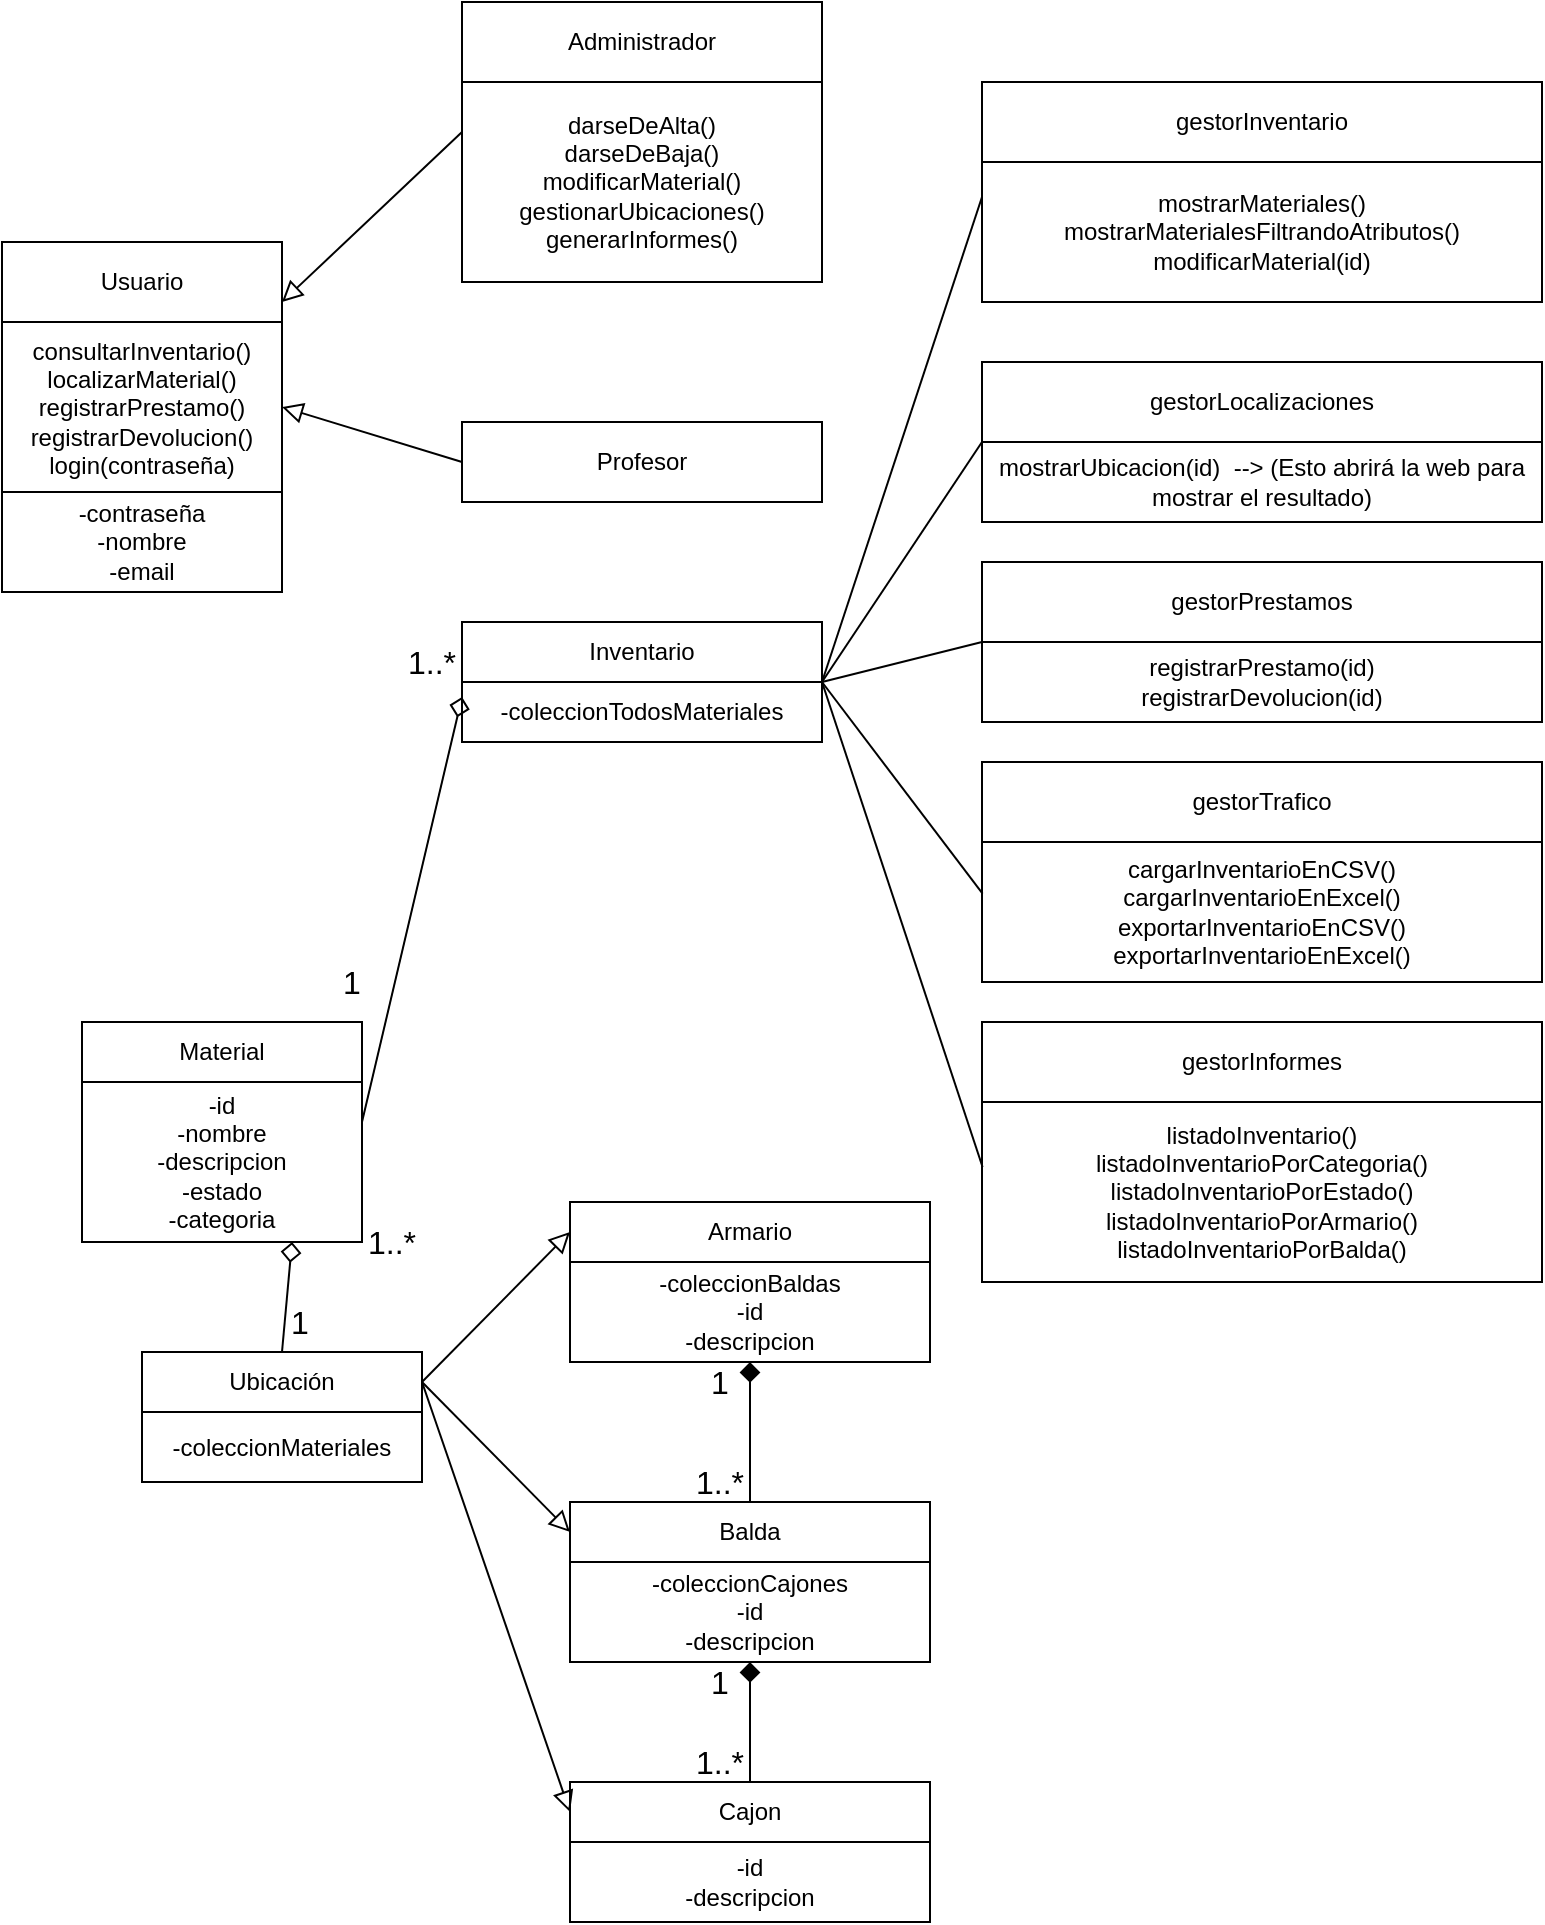
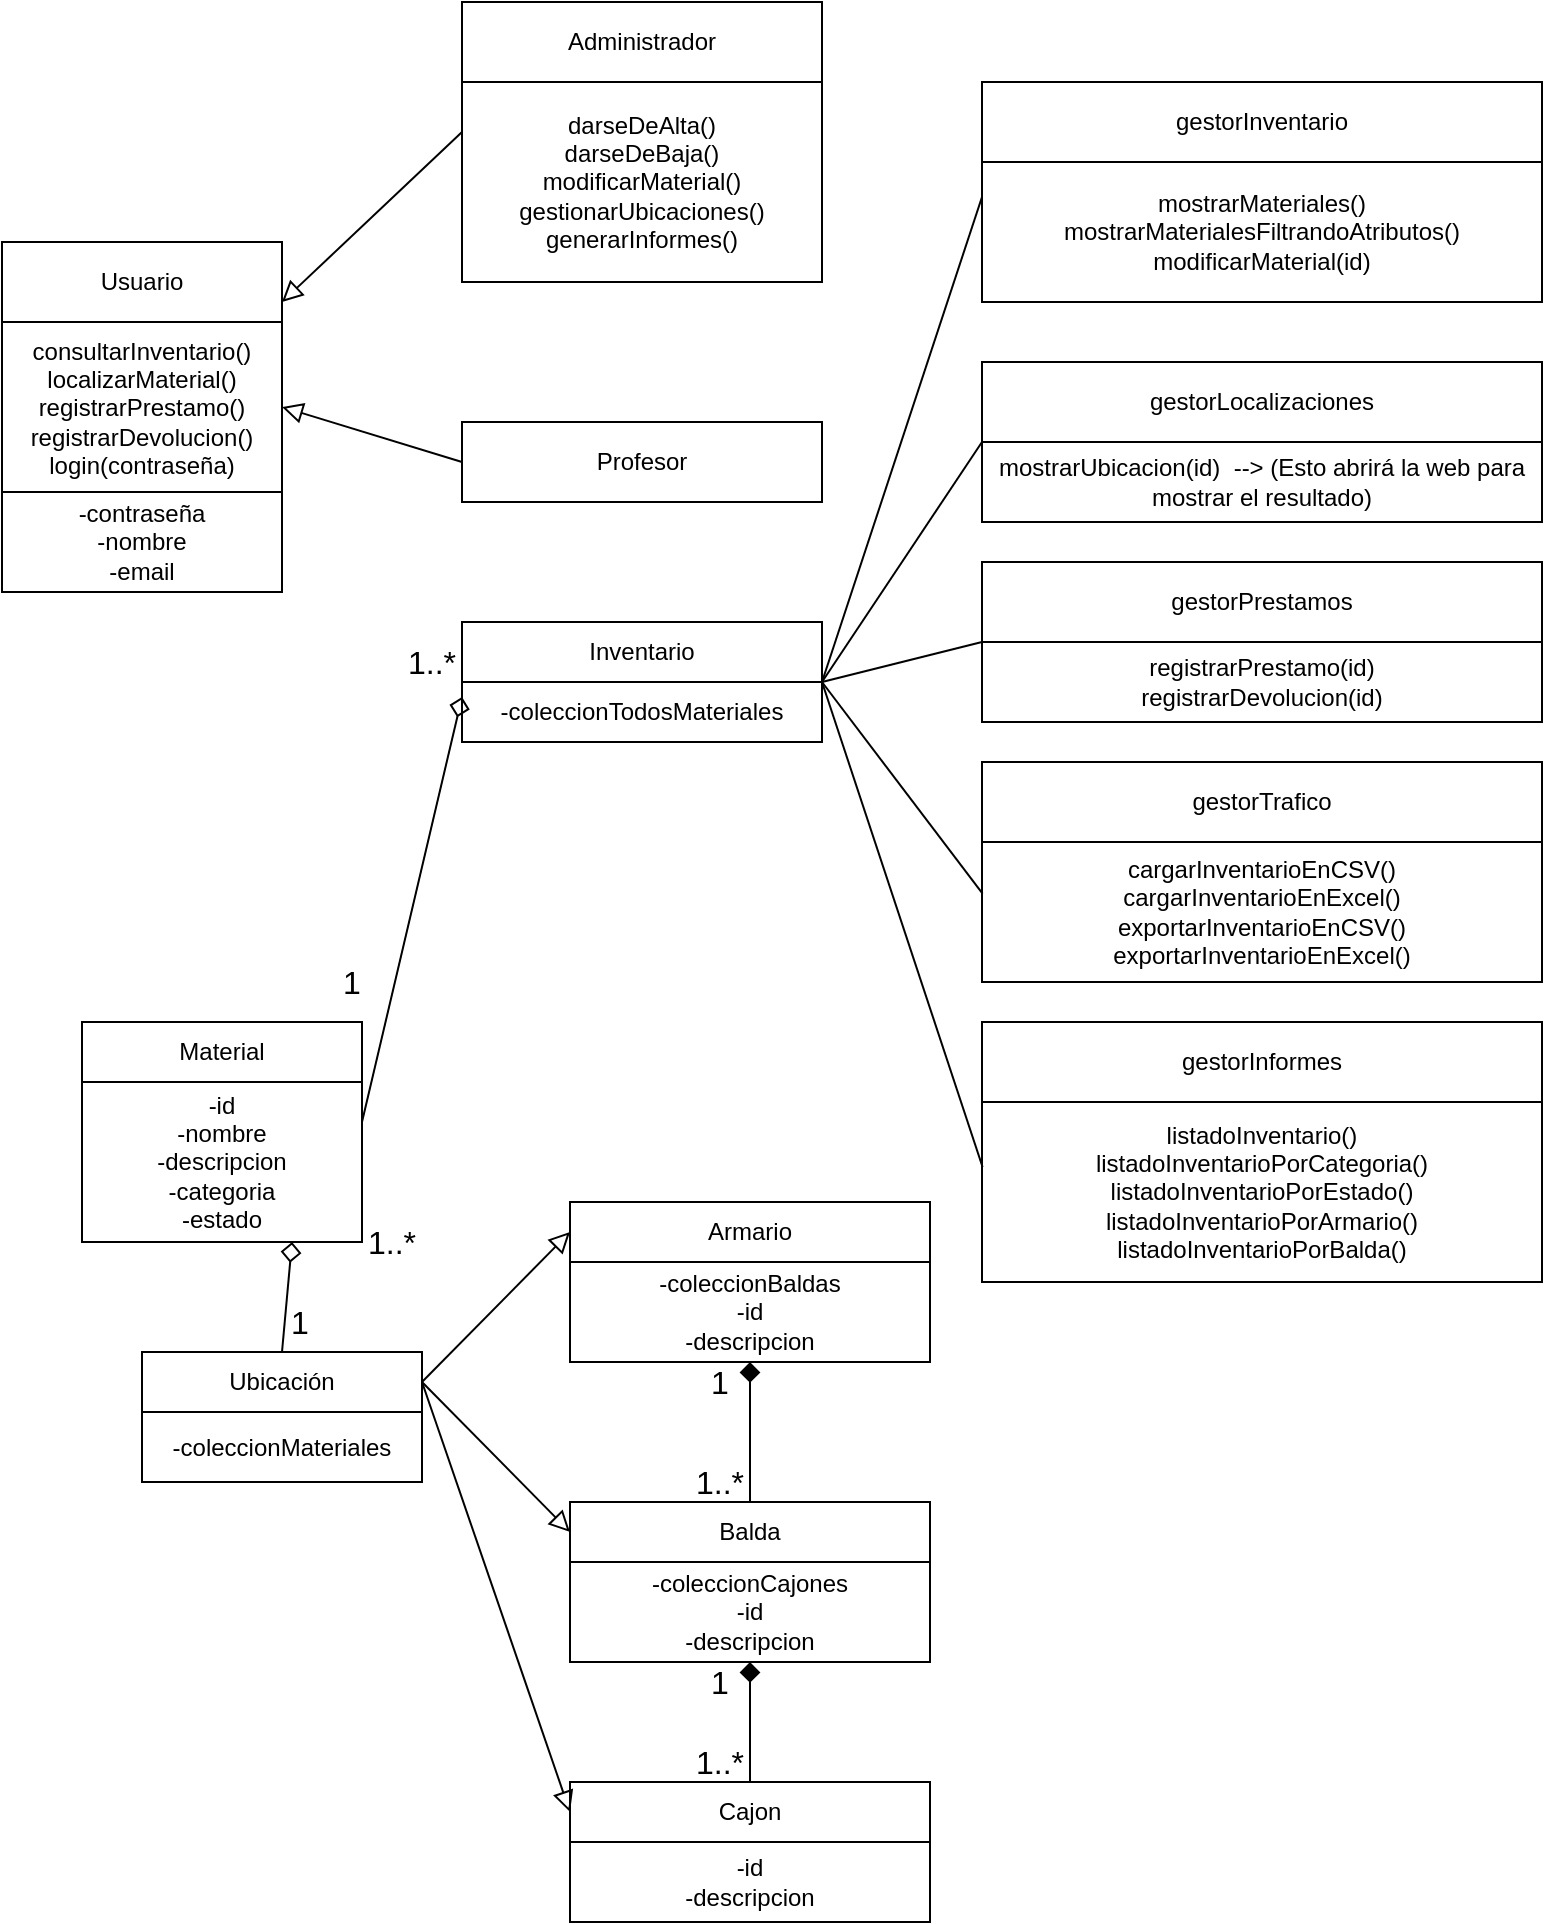
<mxfile host="Electron" agent="Mozilla/5.0 (Windows NT 10.0; Win64; x64) AppleWebKit/537.36 (KHTML, like Gecko) draw.io/27.0.9 Chrome/134.0.6998.205 Electron/35.4.0 Safari/537.36" version="27.0.9">
  <diagram name="Página-1" id="1lU-RFDTKatBkhOAw4EQ">
-     <mxGraphModel dx="1678" dy="989" grid="1" gridSize="10" guides="1" tooltips="1" connect="1" arrows="1" fold="1" page="1" pageScale="1" pageWidth="827" pageHeight="1169" math="0" shadow="0">
+     <mxGraphModel dx="690" dy="593" grid="1" gridSize="10" guides="1" tooltips="1" connect="1" arrows="1" fold="1" page="1" pageScale="1" pageWidth="827" pageHeight="1169" math="0" shadow="0">
      <root>
        <mxCell id="0" />
        <mxCell id="1" parent="0" />
        <mxCell id="s6nMU6zNajGxAzw1n2ax-5" value="Usuario" style="whiteSpace=wrap;html=1;align=center;" parent="1" vertex="1">
          <mxGeometry x="20" y="130" width="140" height="40" as="geometry" />
        </mxCell>
        <mxCell id="s6nMU6zNajGxAzw1n2ax-6" value="Administrador" style="whiteSpace=wrap;html=1;align=center;" parent="1" vertex="1">
          <mxGeometry x="250" y="10" width="180" height="40" as="geometry" />
        </mxCell>
        <mxCell id="s6nMU6zNajGxAzw1n2ax-7" value="Profesor" style="whiteSpace=wrap;html=1;align=center;" parent="1" vertex="1">
          <mxGeometry x="250" y="220" width="180" height="40" as="geometry" />
        </mxCell>
        <mxCell id="JOS0TCFTe_RgCQphJ4m8-1" value="darseDeAlta()&lt;br&gt;darseDeBaja()&lt;br&gt;modificarMaterial()&lt;div&gt;gestionarUbicaciones()&lt;br&gt;generarInformes()&lt;/div&gt;" style="whiteSpace=wrap;html=1;align=center;" parent="1" vertex="1">
          <mxGeometry x="250" y="50" width="180" height="100" as="geometry" />
        </mxCell>
        <mxCell id="JOS0TCFTe_RgCQphJ4m8-4" value="Material" style="whiteSpace=wrap;html=1;align=center;" parent="1" vertex="1">
          <mxGeometry x="60" y="520" width="140" height="30" as="geometry" />
        </mxCell>
-         <mxCell id="JOS0TCFTe_RgCQphJ4m8-5" value="-id&lt;br&gt;-nombre&lt;div&gt;-descripcion&lt;/div&gt;&lt;div&gt;-estado&lt;/div&gt;&lt;div&gt;-categoria&lt;/div&gt;" style="whiteSpace=wrap;html=1;align=center;" parent="1" vertex="1">
+         <mxCell id="JOS0TCFTe_RgCQphJ4m8-5" value="-id&lt;br&gt;-nombre&lt;div&gt;-descripcion&lt;/div&gt;&lt;div&gt;-categoria&lt;/div&gt;&lt;div&gt;-estado&lt;/div&gt;" style="whiteSpace=wrap;html=1;align=center;" parent="1" vertex="1">
          <mxGeometry x="60" y="550" width="140" height="80" as="geometry" />
        </mxCell>
        <mxCell id="JOS0TCFTe_RgCQphJ4m8-6" value="Ubicación" style="whiteSpace=wrap;html=1;align=center;" parent="1" vertex="1">
          <mxGeometry x="90" y="685" width="140" height="30" as="geometry" />
        </mxCell>
        <mxCell id="JOS0TCFTe_RgCQphJ4m8-13" value="gestorInventario" style="whiteSpace=wrap;html=1;align=center;" parent="1" vertex="1">
          <mxGeometry x="510" y="50" width="280" height="40" as="geometry" />
        </mxCell>
        <mxCell id="JOS0TCFTe_RgCQphJ4m8-14" value="mostrarMateriales()&lt;br&gt;mostrarMaterialesFiltrandoAtributos()&lt;br&gt;modificarMaterial(id)" style="whiteSpace=wrap;html=1;align=center;" parent="1" vertex="1">
          <mxGeometry x="510" y="90" width="280" height="70" as="geometry" />
        </mxCell>
        <mxCell id="JOS0TCFTe_RgCQphJ4m8-16" value="gestorLocalizaciones" style="whiteSpace=wrap;html=1;align=center;" parent="1" vertex="1">
          <mxGeometry x="510" y="190" width="280" height="40" as="geometry" />
        </mxCell>
        <mxCell id="JOS0TCFTe_RgCQphJ4m8-17" value="mostrarUbicacion(id)&amp;nbsp; --&amp;gt; (Esto abrirá la web para mostrar el resultado)" style="whiteSpace=wrap;html=1;align=center;" parent="1" vertex="1">
          <mxGeometry x="510" y="230" width="280" height="40" as="geometry" />
        </mxCell>
        <mxCell id="JOS0TCFTe_RgCQphJ4m8-18" value="gestorPrestamos" style="whiteSpace=wrap;html=1;align=center;" parent="1" vertex="1">
          <mxGeometry x="510" y="290" width="280" height="40" as="geometry" />
        </mxCell>
        <mxCell id="JOS0TCFTe_RgCQphJ4m8-19" value="registrarPrestamo(id)&lt;div&gt;registrarDevolucion(id)&lt;/div&gt;" style="whiteSpace=wrap;html=1;align=center;" parent="1" vertex="1">
          <mxGeometry x="510" y="330" width="280" height="40" as="geometry" />
        </mxCell>
        <mxCell id="JOS0TCFTe_RgCQphJ4m8-21" value="gestorTrafico" style="whiteSpace=wrap;html=1;align=center;" parent="1" vertex="1">
          <mxGeometry x="510" y="390" width="280" height="40" as="geometry" />
        </mxCell>
        <mxCell id="JOS0TCFTe_RgCQphJ4m8-22" value="cargarInventarioEnCSV()&lt;br&gt;cargarInventarioEnExcel()&lt;br&gt;exportarInventarioEnCSV()&lt;div&gt;exportarInventarioEnExcel()&lt;/div&gt;" style="whiteSpace=wrap;html=1;align=center;" parent="1" vertex="1">
          <mxGeometry x="510" y="430" width="280" height="70" as="geometry" />
        </mxCell>
        <mxCell id="JOS0TCFTe_RgCQphJ4m8-24" value="gestorInformes" style="whiteSpace=wrap;html=1;align=center;" parent="1" vertex="1">
          <mxGeometry x="510" y="520" width="280" height="40" as="geometry" />
        </mxCell>
        <mxCell id="JOS0TCFTe_RgCQphJ4m8-25" value="listadoInventario()&lt;div&gt;listadoInventarioPorCategoria()&lt;br&gt;listadoInventarioPorEstado()&lt;/div&gt;&lt;div&gt;listadoInventarioPorArmario()&lt;/div&gt;&lt;div&gt;listadoInventarioPorBalda()&lt;/div&gt;" style="whiteSpace=wrap;html=1;align=center;" parent="1" vertex="1">
          <mxGeometry x="510" y="560" width="280" height="90" as="geometry" />
        </mxCell>
        <mxCell id="JOS0TCFTe_RgCQphJ4m8-26" value="Armario" style="whiteSpace=wrap;html=1;align=center;" parent="1" vertex="1">
          <mxGeometry x="304" y="610" width="180" height="30" as="geometry" />
        </mxCell>
        <mxCell id="JOS0TCFTe_RgCQphJ4m8-28" value="Balda" style="whiteSpace=wrap;html=1;align=center;" parent="1" vertex="1">
          <mxGeometry x="304" y="760" width="180" height="30" as="geometry" />
        </mxCell>
        <mxCell id="JOS0TCFTe_RgCQphJ4m8-29" value="Cajon" style="whiteSpace=wrap;html=1;align=center;" parent="1" vertex="1">
          <mxGeometry x="304" y="900" width="180" height="30" as="geometry" />
        </mxCell>
        <mxCell id="JOS0TCFTe_RgCQphJ4m8-34" value="" style="endArrow=none;html=1;rounded=0;fontSize=12;startSize=8;endSize=8;curved=1;exitX=1;exitY=0.5;exitDx=0;exitDy=0;entryX=0;entryY=0.5;entryDx=0;entryDy=0;startArrow=block;startFill=0;" parent="1" source="JOS0TCFTe_RgCQphJ4m8-36" target="s6nMU6zNajGxAzw1n2ax-7" edge="1">
          <mxGeometry relative="1" as="geometry">
            <mxPoint x="280" y="312.4999999999999" as="sourcePoint" />
            <mxPoint x="330" y="400" as="targetPoint" />
          </mxGeometry>
        </mxCell>
        <mxCell id="JOS0TCFTe_RgCQphJ4m8-35" value="" style="endArrow=none;html=1;rounded=0;fontSize=12;startSize=8;endSize=8;curved=1;exitX=1;exitY=0.75;exitDx=0;exitDy=0;entryX=0;entryY=0.25;entryDx=0;entryDy=0;startArrow=block;startFill=0;" parent="1" source="s6nMU6zNajGxAzw1n2ax-5" target="JOS0TCFTe_RgCQphJ4m8-1" edge="1">
          <mxGeometry relative="1" as="geometry">
            <mxPoint x="120" y="250" as="sourcePoint" />
            <mxPoint x="170" y="338" as="targetPoint" />
          </mxGeometry>
        </mxCell>
        <mxCell id="JOS0TCFTe_RgCQphJ4m8-36" value="consultarInventario()&lt;div&gt;&lt;span style=&quot;background-color: transparent; color: light-dark(rgb(0, 0, 0), rgb(255, 255, 255));&quot;&gt;localizarMaterial()&lt;/span&gt;&lt;/div&gt;&lt;div&gt;&lt;span style=&quot;background-color: transparent; color: light-dark(rgb(0, 0, 0), rgb(255, 255, 255));&quot;&gt;registrarPrestamo()&lt;/span&gt;&lt;/div&gt;&lt;div&gt;&lt;span style=&quot;background-color: transparent; color: light-dark(rgb(0, 0, 0), rgb(255, 255, 255));&quot;&gt;registrarDevolucion()&lt;/span&gt;&lt;/div&gt;&lt;div&gt;&lt;span style=&quot;background-color: transparent; color: light-dark(rgb(0, 0, 0), rgb(255, 255, 255));&quot;&gt;login(contraseña)&lt;/span&gt;&lt;/div&gt;" style="whiteSpace=wrap;html=1;align=center;" parent="1" vertex="1">
          <mxGeometry x="20" y="170" width="140" height="85" as="geometry" />
        </mxCell>
        <mxCell id="JOS0TCFTe_RgCQphJ4m8-37" value="Inventario" style="whiteSpace=wrap;html=1;align=center;" parent="1" vertex="1">
          <mxGeometry x="250" y="320" width="180" height="30" as="geometry" />
        </mxCell>
        <mxCell id="JOS0TCFTe_RgCQphJ4m8-39" value="" style="endArrow=none;html=1;rounded=0;fontSize=12;startSize=8;endSize=8;curved=1;exitX=0;exitY=0.5;exitDx=0;exitDy=0;entryX=1;entryY=0.5;entryDx=0;entryDy=0;startArrow=block;startFill=0;" parent="1" source="JOS0TCFTe_RgCQphJ4m8-26" target="JOS0TCFTe_RgCQphJ4m8-6" edge="1">
          <mxGeometry relative="1" as="geometry">
            <mxPoint x="260" y="450" as="sourcePoint" />
            <mxPoint x="350" y="475" as="targetPoint" />
          </mxGeometry>
        </mxCell>
        <mxCell id="JOS0TCFTe_RgCQphJ4m8-40" value="" style="endArrow=none;html=1;rounded=0;fontSize=12;startSize=8;endSize=8;curved=1;exitX=0;exitY=0.5;exitDx=0;exitDy=0;entryX=1;entryY=0.5;entryDx=0;entryDy=0;startArrow=block;startFill=0;" parent="1" source="JOS0TCFTe_RgCQphJ4m8-28" target="JOS0TCFTe_RgCQphJ4m8-6" edge="1">
          <mxGeometry relative="1" as="geometry">
            <mxPoint x="355" y="690" as="sourcePoint" />
            <mxPoint x="280" y="690" as="targetPoint" />
          </mxGeometry>
        </mxCell>
        <mxCell id="JOS0TCFTe_RgCQphJ4m8-41" value="" style="endArrow=none;html=1;rounded=0;fontSize=12;startSize=8;endSize=8;curved=1;entryX=1;entryY=0.5;entryDx=0;entryDy=0;startArrow=block;startFill=0;exitX=0;exitY=0.5;exitDx=0;exitDy=0;" parent="1" source="JOS0TCFTe_RgCQphJ4m8-29" target="JOS0TCFTe_RgCQphJ4m8-6" edge="1">
          <mxGeometry relative="1" as="geometry">
            <mxPoint x="280" y="745" as="sourcePoint" />
            <mxPoint x="260" y="690" as="targetPoint" />
          </mxGeometry>
        </mxCell>
        <mxCell id="JOS0TCFTe_RgCQphJ4m8-42" value="" style="endArrow=none;html=1;rounded=0;fontSize=12;startSize=8;endSize=8;curved=1;entryX=0.5;entryY=0;entryDx=0;entryDy=0;startArrow=diamond;startFill=1;exitX=0.5;exitY=1;exitDx=0;exitDy=0;" parent="1" source="JOS0TCFTe_RgCQphJ4m8-65" target="JOS0TCFTe_RgCQphJ4m8-28" edge="1">
          <mxGeometry relative="1" as="geometry">
            <mxPoint x="414" y="680" as="sourcePoint" />
            <mxPoint x="439" y="700" as="targetPoint" />
          </mxGeometry>
        </mxCell>
        <mxCell id="JOS0TCFTe_RgCQphJ4m8-43" value="" style="endArrow=none;html=1;rounded=0;fontSize=12;startSize=8;endSize=8;curved=1;entryX=0.5;entryY=0;entryDx=0;entryDy=0;startArrow=diamond;startFill=1;exitX=0.5;exitY=1;exitDx=0;exitDy=0;" parent="1" source="JOS0TCFTe_RgCQphJ4m8-67" target="JOS0TCFTe_RgCQphJ4m8-29" edge="1">
          <mxGeometry relative="1" as="geometry">
            <mxPoint x="394" y="855" as="sourcePoint" />
            <mxPoint x="414" y="850" as="targetPoint" />
          </mxGeometry>
        </mxCell>
        <mxCell id="JOS0TCFTe_RgCQphJ4m8-44" value="1..*" style="text;html=1;whiteSpace=wrap;strokeColor=none;fillColor=none;align=center;verticalAlign=middle;rounded=0;fontSize=16;" parent="1" vertex="1">
          <mxGeometry x="364" y="740" width="30" height="20" as="geometry" />
        </mxCell>
        <mxCell id="JOS0TCFTe_RgCQphJ4m8-45" value="1" style="text;html=1;whiteSpace=wrap;strokeColor=none;fillColor=none;align=center;verticalAlign=middle;rounded=0;fontSize=16;" parent="1" vertex="1">
          <mxGeometry x="364" y="690" width="30" height="20" as="geometry" />
        </mxCell>
        <mxCell id="JOS0TCFTe_RgCQphJ4m8-46" value="1" style="text;html=1;whiteSpace=wrap;strokeColor=none;fillColor=none;align=center;verticalAlign=middle;rounded=0;fontSize=16;" parent="1" vertex="1">
          <mxGeometry x="364" y="840" width="30" height="20" as="geometry" />
        </mxCell>
        <mxCell id="JOS0TCFTe_RgCQphJ4m8-48" value="" style="endArrow=diamond;html=1;rounded=0;fontSize=12;startSize=8;endSize=8;curved=1;exitX=0.5;exitY=0;exitDx=0;exitDy=0;entryX=0.75;entryY=1;entryDx=0;entryDy=0;startArrow=none;startFill=0;endFill=0;" parent="1" source="JOS0TCFTe_RgCQphJ4m8-6" target="JOS0TCFTe_RgCQphJ4m8-5" edge="1">
          <mxGeometry relative="1" as="geometry">
            <mxPoint x="190" y="430" as="sourcePoint" />
            <mxPoint x="130" y="430" as="targetPoint" />
          </mxGeometry>
        </mxCell>
        <mxCell id="JOS0TCFTe_RgCQphJ4m8-49" value="1" style="text;html=1;whiteSpace=wrap;strokeColor=none;fillColor=none;align=center;verticalAlign=middle;rounded=0;fontSize=16;" parent="1" vertex="1">
          <mxGeometry x="154" y="660" width="30" height="20" as="geometry" />
        </mxCell>
        <mxCell id="JOS0TCFTe_RgCQphJ4m8-50" value="1..*" style="text;html=1;whiteSpace=wrap;strokeColor=none;fillColor=none;align=center;verticalAlign=middle;rounded=0;fontSize=16;" parent="1" vertex="1">
          <mxGeometry x="200" y="620" width="30" height="20" as="geometry" />
        </mxCell>
        <mxCell id="JOS0TCFTe_RgCQphJ4m8-56" style="edgeStyle=none;curved=1;rounded=0;orthogonalLoop=1;jettySize=auto;html=1;exitX=1;exitY=0;exitDx=0;exitDy=0;entryX=0;entryY=0.25;entryDx=0;entryDy=0;fontSize=12;startSize=8;endSize=8;endArrow=none;endFill=0;" parent="1" source="JOS0TCFTe_RgCQphJ4m8-51" target="JOS0TCFTe_RgCQphJ4m8-14" edge="1">
          <mxGeometry relative="1" as="geometry" />
        </mxCell>
        <mxCell id="JOS0TCFTe_RgCQphJ4m8-57" style="edgeStyle=none;curved=1;rounded=0;orthogonalLoop=1;jettySize=auto;html=1;exitX=1;exitY=0;exitDx=0;exitDy=0;entryX=0;entryY=0;entryDx=0;entryDy=0;fontSize=12;startSize=8;endSize=8;endArrow=none;endFill=0;" parent="1" source="JOS0TCFTe_RgCQphJ4m8-51" target="JOS0TCFTe_RgCQphJ4m8-17" edge="1">
          <mxGeometry relative="1" as="geometry" />
        </mxCell>
        <mxCell id="JOS0TCFTe_RgCQphJ4m8-58" style="edgeStyle=none;curved=1;rounded=0;orthogonalLoop=1;jettySize=auto;html=1;exitX=1;exitY=0;exitDx=0;exitDy=0;entryX=0;entryY=0;entryDx=0;entryDy=0;fontSize=12;startSize=8;endSize=8;endArrow=none;endFill=0;" parent="1" source="JOS0TCFTe_RgCQphJ4m8-51" target="JOS0TCFTe_RgCQphJ4m8-19" edge="1">
          <mxGeometry relative="1" as="geometry" />
        </mxCell>
        <mxCell id="JOS0TCFTe_RgCQphJ4m8-51" value="-coleccionTodosMateriales" style="whiteSpace=wrap;html=1;align=center;" parent="1" vertex="1">
          <mxGeometry x="250" y="350" width="180" height="30" as="geometry" />
        </mxCell>
        <mxCell id="JOS0TCFTe_RgCQphJ4m8-52" value="" style="endArrow=diamond;html=1;rounded=0;fontSize=12;startSize=8;endSize=8;curved=1;exitX=1;exitY=0.25;exitDx=0;exitDy=0;entryX=0;entryY=0.25;entryDx=0;entryDy=0;startArrow=none;startFill=0;endFill=0;" parent="1" source="JOS0TCFTe_RgCQphJ4m8-5" target="JOS0TCFTe_RgCQphJ4m8-51" edge="1">
          <mxGeometry relative="1" as="geometry">
            <mxPoint x="160" y="430" as="sourcePoint" />
            <mxPoint x="160" y="360" as="targetPoint" />
          </mxGeometry>
        </mxCell>
        <mxCell id="JOS0TCFTe_RgCQphJ4m8-53" value="1..*" style="text;html=1;whiteSpace=wrap;strokeColor=none;fillColor=none;align=center;verticalAlign=middle;rounded=0;fontSize=16;" parent="1" vertex="1">
          <mxGeometry x="220" y="330" width="30" height="20" as="geometry" />
        </mxCell>
        <mxCell id="JOS0TCFTe_RgCQphJ4m8-54" value="1" style="text;html=1;whiteSpace=wrap;strokeColor=none;fillColor=none;align=center;verticalAlign=middle;rounded=0;fontSize=16;" parent="1" vertex="1">
          <mxGeometry x="180" y="490" width="30" height="20" as="geometry" />
        </mxCell>
        <mxCell id="JOS0TCFTe_RgCQphJ4m8-59" style="edgeStyle=none;curved=1;rounded=0;orthogonalLoop=1;jettySize=auto;html=1;exitX=1;exitY=0;exitDx=0;exitDy=0;entryX=0.001;entryY=0.369;entryDx=0;entryDy=0;entryPerimeter=0;fontSize=12;startSize=8;endSize=8;endArrow=none;endFill=0;" parent="1" source="JOS0TCFTe_RgCQphJ4m8-51" target="JOS0TCFTe_RgCQphJ4m8-22" edge="1">
          <mxGeometry relative="1" as="geometry" />
        </mxCell>
        <mxCell id="JOS0TCFTe_RgCQphJ4m8-60" style="edgeStyle=none;curved=1;rounded=0;orthogonalLoop=1;jettySize=auto;html=1;exitX=1;exitY=1;exitDx=0;exitDy=0;entryX=0.001;entryY=0.361;entryDx=0;entryDy=0;entryPerimeter=0;fontSize=12;startSize=8;endSize=8;endArrow=none;endFill=0;" parent="1" source="JOS0TCFTe_RgCQphJ4m8-37" target="JOS0TCFTe_RgCQphJ4m8-25" edge="1">
          <mxGeometry relative="1" as="geometry" />
        </mxCell>
        <mxCell id="JOS0TCFTe_RgCQphJ4m8-63" value="1..*" style="text;html=1;whiteSpace=wrap;strokeColor=none;fillColor=none;align=center;verticalAlign=middle;rounded=0;fontSize=16;" parent="1" vertex="1">
          <mxGeometry x="364" y="880" width="30" height="20" as="geometry" />
        </mxCell>
        <mxCell id="JOS0TCFTe_RgCQphJ4m8-65" value="-coleccionBaldas&lt;div&gt;-id&lt;/div&gt;&lt;div&gt;-descripcion&lt;/div&gt;" style="whiteSpace=wrap;html=1;align=center;" parent="1" vertex="1">
          <mxGeometry x="304" y="640" width="180" height="50" as="geometry" />
        </mxCell>
        <mxCell id="JOS0TCFTe_RgCQphJ4m8-67" value="-coleccionCajones&lt;div&gt;&lt;div&gt;-id&lt;/div&gt;&lt;div&gt;-descripcion&lt;/div&gt;&lt;/div&gt;" style="whiteSpace=wrap;html=1;align=center;" parent="1" vertex="1">
          <mxGeometry x="304" y="790" width="180" height="50" as="geometry" />
        </mxCell>
        <mxCell id="JOS0TCFTe_RgCQphJ4m8-68" value="-coleccionMateriales" style="whiteSpace=wrap;html=1;align=center;" parent="1" vertex="1">
          <mxGeometry x="90" y="715" width="140" height="35" as="geometry" />
        </mxCell>
        <mxCell id="UZZZp4ydIAHNDwoeM-YJ-5" value="&lt;div&gt;&lt;div&gt;-id&lt;/div&gt;&lt;div&gt;-descripcion&lt;/div&gt;&lt;/div&gt;" style="whiteSpace=wrap;html=1;align=center;" parent="1" vertex="1">
          <mxGeometry x="304" y="930" width="180" height="40" as="geometry" />
        </mxCell>
        <mxCell id="UZZZp4ydIAHNDwoeM-YJ-8" value="-contraseña&lt;div&gt;-nombre&lt;/div&gt;&lt;div&gt;-email&lt;/div&gt;" style="whiteSpace=wrap;html=1;align=center;" parent="1" vertex="1">
          <mxGeometry x="20" y="255" width="140" height="50" as="geometry" />
        </mxCell>
      </root>
    </mxGraphModel>
  </diagram>
</mxfile>
